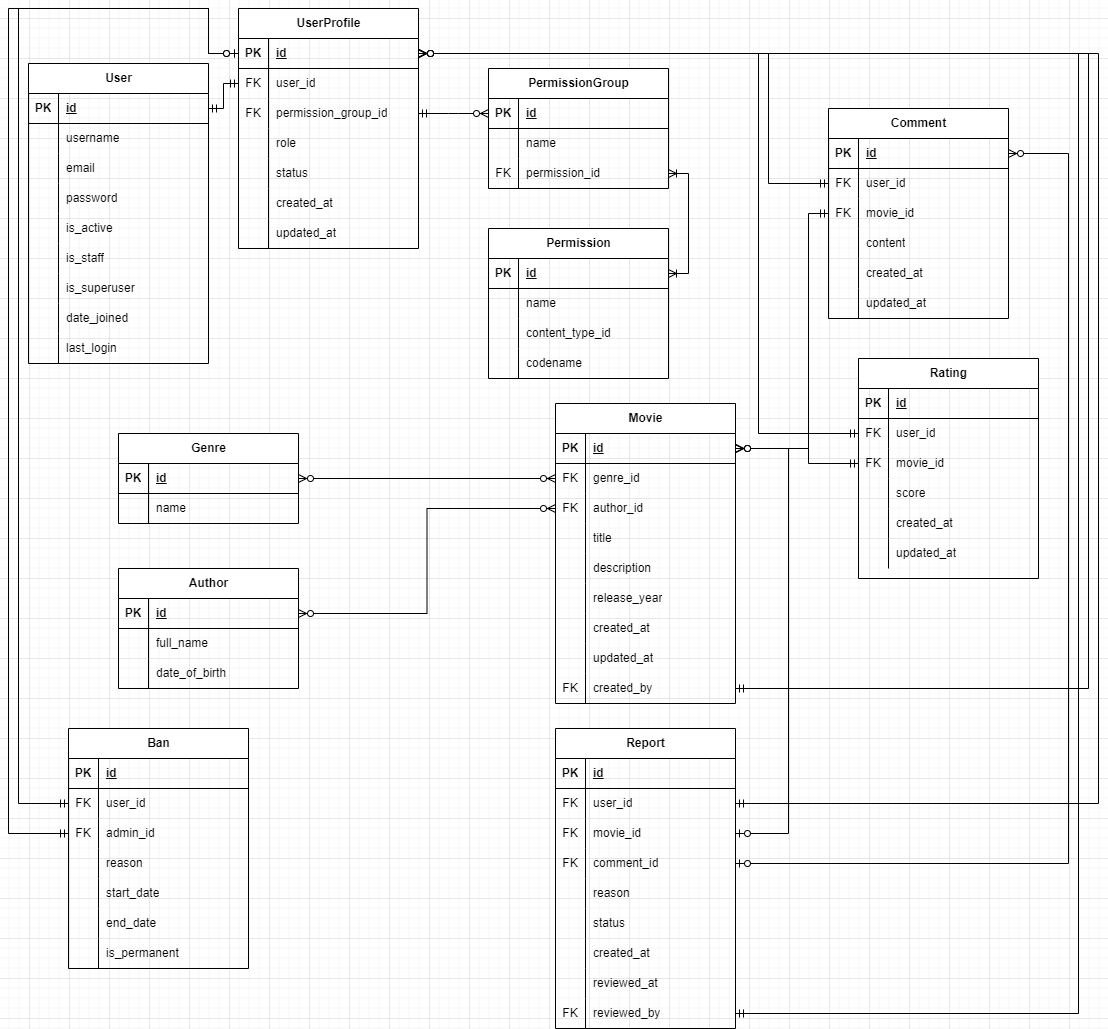
Before: extra_documentation/movie_pulse_EER.drawio.png, a diagram exported from draw.io (Happydeath97/InternetTechnologyProject). Source tidied: cells renumbered, new cells last; positions are measured from the earlier drawing's top-left corner, leaving out a move shared by most shapes.
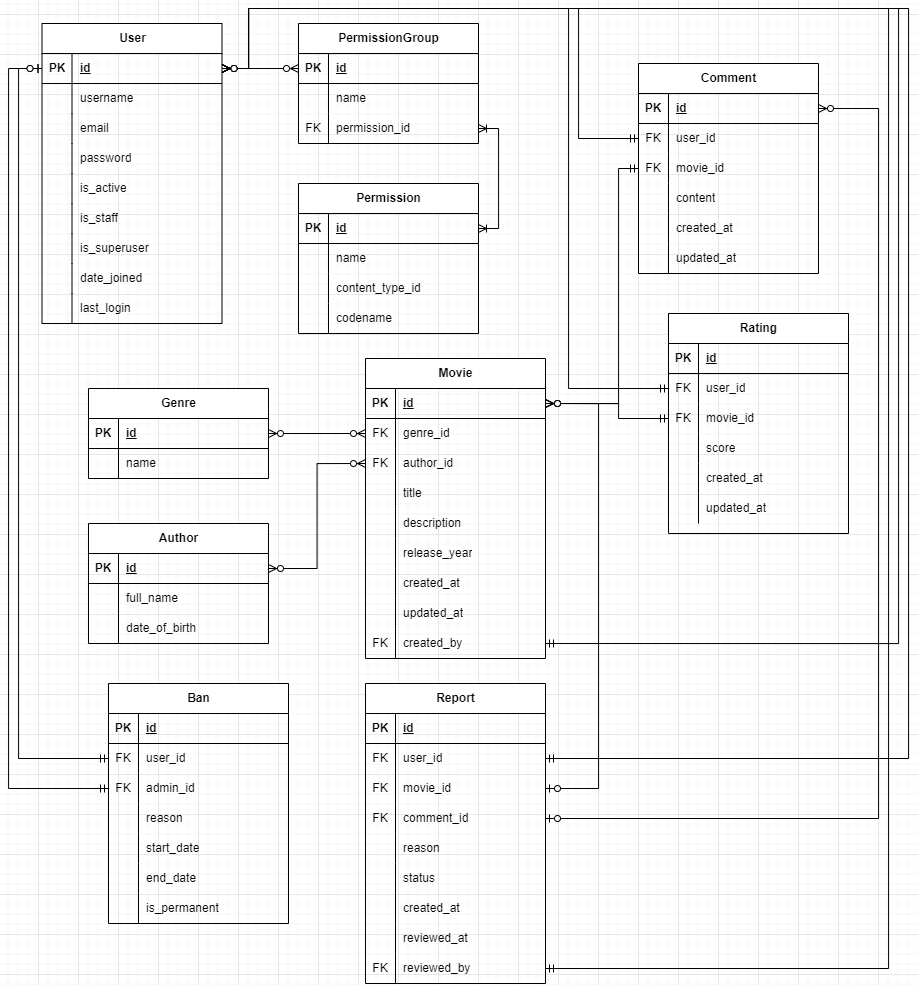
Later version of the same file.

Commit message:
Yet another change tot he entity design inr eadme going mad...

The edit, as a diff of the source:
```diff
@@ -3,7 +3,7 @@
     <mxCell id="0" />
     <mxCell id="1" parent="0" />
     <mxCell id="2" value="User" style="shape=table;startSize=30;rowLines=0;fontStyle=1;align=center;html=1;" parent="1" vertex="1">
-      <mxGeometry x="20" y="55" width="180" height="300" as="geometry" />
+      <mxGeometry x="223.5" y="60" width="180" height="300" as="geometry" />
     </mxCell>
     <mxCell id="3" style="shape=tableRow;horizontal=0;startSize=0;swimlaneHead=0;swimlaneBody=0;fillColor=none;points=[[0,0.5],[1,0.5]];portConstraint=eastwest;top=0;left=0;right=0;bottom=1;" parent="2" vertex="1">
       <mxGeometry y="30" width="180" height="30" as="geometry" />
@@ -86,72 +86,6 @@
     <mxCell id="29" value="last_login" style="shape=partialRectangle;fillColor=none;top=0;left=0;bottom=0;right=0;align=left;spacingLeft=6;overflow=hidden;whiteSpace=wrap;html=1;" parent="27" vertex="1">
       <mxGeometry x="30" width="150" height="30" as="geometry" />
     </mxCell>
-    <mxCell id="30" value="UserProfile" style="shape=table;startSize=30;rowLines=0;fontStyle=1;align=center;html=1;" parent="1" vertex="1">
-      <mxGeometry x="230" width="180" height="240" as="geometry" />
-    </mxCell>
-    <mxCell id="31" style="shape=tableRow;horizontal=0;startSize=0;swimlaneHead=0;swimlaneBody=0;fillColor=none;points=[[0,0.5],[1,0.5]];portConstraint=eastwest;top=0;left=0;right=0;bottom=1;" parent="30" vertex="1">
-      <mxGeometry y="30" width="180" height="30" as="geometry" />
-    </mxCell>
-    <mxCell id="32" value="PK" style="shape=partialRectangle;fillColor=none;top=0;left=0;bottom=0;right=0;fontStyle=1;overflow=hidden;whiteSpace=wrap;html=1;" parent="31" vertex="1">
-      <mxGeometry width="30" height="30" as="geometry" />
-    </mxCell>
-    <mxCell id="33" value="id" style="shape=partialRectangle;fillColor=none;top=0;left=0;bottom=0;right=0;align=left;spacingLeft=6;fontStyle=5;overflow=hidden;whiteSpace=wrap;html=1;" parent="31" vertex="1">
-      <mxGeometry x="30" width="150" height="30" as="geometry" />
-    </mxCell>
-    <mxCell id="34" style="shape=tableRow;horizontal=0;startSize=0;swimlaneHead=0;swimlaneBody=0;fillColor=none;points=[[0,0.5],[1,0.5]];portConstraint=eastwest;top=0;left=0;right=0;bottom=0;" parent="30" vertex="1">
-      <mxGeometry y="60" width="180" height="30" as="geometry" />
-    </mxCell>
-    <mxCell id="35" value="FK" style="shape=partialRectangle;fillColor=none;top=0;left=0;bottom=0;right=0;overflow=hidden;whiteSpace=wrap;html=1;" parent="34" vertex="1">
-      <mxGeometry width="30" height="30" as="geometry" />
-    </mxCell>
-    <mxCell id="36" value="user_id" style="shape=partialRectangle;fillColor=none;top=0;left=0;bottom=0;right=0;align=left;spacingLeft=6;overflow=hidden;whiteSpace=wrap;html=1;" parent="34" vertex="1">
-      <mxGeometry x="30" width="150" height="30" as="geometry" />
-    </mxCell>
-    <mxCell id="37" style="shape=tableRow;horizontal=0;startSize=0;swimlaneHead=0;swimlaneBody=0;fillColor=none;points=[[0,0.5],[1,0.5]];portConstraint=eastwest;top=0;left=0;right=0;bottom=0;" parent="30" vertex="1">
-      <mxGeometry y="90" width="180" height="30" as="geometry" />
-    </mxCell>
-    <mxCell id="38" value="FK" style="shape=partialRectangle;fillColor=none;top=0;left=0;bottom=0;right=0;overflow=hidden;whiteSpace=wrap;html=1;" parent="37" vertex="1">
-      <mxGeometry width="30" height="30" as="geometry" />
-    </mxCell>
-    <mxCell id="39" value="permission_group_id" style="shape=partialRectangle;fillColor=none;top=0;left=0;bottom=0;right=0;align=left;spacingLeft=6;overflow=hidden;whiteSpace=wrap;html=1;" parent="37" vertex="1">
-      <mxGeometry x="30" width="150" height="30" as="geometry" />
-    </mxCell>
-    <mxCell id="40" style="shape=tableRow;horizontal=0;startSize=0;swimlaneHead=0;swimlaneBody=0;fillColor=none;top=0;left=0;right=0;bottom=0;" parent="30" vertex="1">
-      <mxGeometry y="120" width="180" height="30" as="geometry" />
-    </mxCell>
-    <mxCell id="41" style="shape=partialRectangle;fillColor=none;top=0;left=0;bottom=0;right=0;overflow=hidden;whiteSpace=wrap;html=1;" parent="40" vertex="1">
-      <mxGeometry width="30" height="30" as="geometry" />
-    </mxCell>
-    <mxCell id="42" value="role" style="shape=partialRectangle;fillColor=none;top=0;left=0;bottom=0;right=0;align=left;spacingLeft=6;overflow=hidden;whiteSpace=wrap;html=1;" parent="40" vertex="1">
-      <mxGeometry x="30" width="150" height="30" as="geometry" />
-    </mxCell>
-    <mxCell id="43" style="shape=tableRow;horizontal=0;startSize=0;swimlaneHead=0;swimlaneBody=0;fillColor=none;top=0;left=0;right=0;bottom=0;" parent="30" vertex="1">
-      <mxGeometry y="150" width="180" height="30" as="geometry" />
-    </mxCell>
-    <mxCell id="44" style="shape=partialRectangle;fillColor=none;top=0;left=0;bottom=0;right=0;overflow=hidden;whiteSpace=wrap;html=1;" parent="43" vertex="1">
-      <mxGeometry width="30" height="30" as="geometry" />
-    </mxCell>
-    <mxCell id="45" value="status" style="shape=partialRectangle;fillColor=none;top=0;left=0;bottom=0;right=0;align=left;spacingLeft=6;overflow=hidden;whiteSpace=wrap;html=1;" parent="43" vertex="1">
-      <mxGeometry x="30" width="150" height="30" as="geometry" />
-    </mxCell>
-    <mxCell id="46" style="shape=tableRow;horizontal=0;startSize=0;swimlaneHead=0;swimlaneBody=0;fillColor=none;top=0;left=0;right=0;bottom=0;" parent="30" vertex="1">
-      <mxGeometry y="180" width="180" height="30" as="geometry" />
-    </mxCell>
-    <mxCell id="47" style="shape=partialRectangle;fillColor=none;top=0;left=0;bottom=0;right=0;overflow=hidden;whiteSpace=wrap;html=1;" parent="46" vertex="1">
-      <mxGeometry width="30" height="30" as="geometry" />
-    </mxCell>
-    <mxCell id="48" value="created_at" style="shape=partialRectangle;fillColor=none;top=0;left=0;bottom=0;right=0;align=left;spacingLeft=6;overflow=hidden;whiteSpace=wrap;html=1;" parent="46" vertex="1">
-      <mxGeometry x="30" width="150" height="30" as="geometry" />
-    </mxCell>
-    <mxCell id="49" style="shape=tableRow;horizontal=0;startSize=0;swimlaneHead=0;swimlaneBody=0;fillColor=none;top=0;left=0;right=0;bottom=0;" parent="30" vertex="1">
-      <mxGeometry y="210" width="180" height="30" as="geometry" />
-    </mxCell>
-    <mxCell id="50" style="shape=partialRectangle;fillColor=none;top=0;left=0;bottom=0;right=0;overflow=hidden;whiteSpace=wrap;html=1;" parent="49" vertex="1">
-      <mxGeometry width="30" height="30" as="geometry" />
-    </mxCell>
-    <mxCell id="51" value="updated_at" style="shape=partialRectangle;fillColor=none;top=0;left=0;bottom=0;right=0;align=left;spacingLeft=6;overflow=hidden;whiteSpace=wrap;html=1;" parent="49" vertex="1">
-      <mxGeometry x="30" width="150" height="30" as="geometry" />
-    </mxCell>
     <mxCell id="52" value="PermissionGroup" style="shape=table;startSize=30;rowLines=0;fontStyle=1;align=center;html=1;" parent="1" vertex="1">
       <mxGeometry x="480" y="60" width="180" height="120" as="geometry" />
     </mxCell>
@@ -229,14 +163,11 @@
         </Array>
       </mxGeometry>
     </mxCell>
-    <mxCell id="76" style="edgeStyle=entityRelationEdgeStyle;fontSize=12;html=1;endArrow=ERzeroToMany;startArrow=ERmandOne;rounded=0;exitX=1;exitY=0.5;exitDx=0;exitDy=0;entryX=0;entryY=0.5;entryDx=0;entryDy=0;" parent="1" edge="1" source="37" target="53">
+    <mxCell id="76" style="edgeStyle=orthogonalEdgeStyle;fontSize=12;html=1;endArrow=ERzeroToMany;startArrow=ERzeroToMany;rounded=0;exitX=1;exitY=0.5;exitDx=0;exitDy=0;entryX=0;entryY=0.5;entryDx=0;entryDy=0;startFill=0;endFill=0;" parent="1" edge="1" source="3" target="53">
       <mxGeometry relative="1" as="geometry" />
     </mxCell>
-    <mxCell id="77" style="edgeStyle=orthogonalEdgeStyle;fontSize=12;html=1;endArrow=ERmandOne;startArrow=ERmandOne;rounded=0;exitX=1;exitY=0.5;exitDx=0;exitDy=0;entryX=0;entryY=0.5;entryDx=0;entryDy=0;" parent="1" edge="1" source="3" target="34">
-      <mxGeometry relative="1" as="geometry" />
-    </mxCell>
     <mxCell id="78" value="Genre" style="shape=table;startSize=30;rowLines=0;fontStyle=1;align=center;html=1;" parent="1" vertex="1">
-      <mxGeometry x="110" y="425" width="180" height="90" as="geometry" />
+      <mxGeometry x="270" y="425" width="180" height="90" as="geometry" />
     </mxCell>
     <mxCell id="79" style="shape=tableRow;horizontal=0;startSize=0;swimlaneHead=0;swimlaneBody=0;fillColor=none;points=[[0,0.5],[1,0.5]];portConstraint=eastwest;top=0;left=0;right=0;bottom=1;" parent="78" vertex="1">
       <mxGeometry y="30" width="180" height="30" as="geometry" />
@@ -257,7 +188,7 @@
       <mxGeometry x="30" width="150" height="30" as="geometry" />
     </mxCell>
     <mxCell id="85" value="Author" style="shape=table;startSize=30;rowLines=0;fontStyle=1;align=center;html=1;" parent="1" vertex="1">
-      <mxGeometry x="110" y="560" width="180" height="120" as="geometry" />
+      <mxGeometry x="270" y="560" width="180" height="120" as="geometry" />
     </mxCell>
     <mxCell id="86" style="shape=tableRow;horizontal=0;startSize=0;swimlaneHead=0;swimlaneBody=0;fillColor=none;points=[[0,0.5],[1,0.5]];portConstraint=eastwest;top=0;left=0;right=0;bottom=1;" parent="85" vertex="1">
       <mxGeometry y="30" width="180" height="30" as="geometry" />
@@ -574,35 +505,43 @@
     <mxCell id="190" value="reviewed_by" style="shape=partialRectangle;fillColor=none;top=0;left=0;bottom=0;right=0;align=left;spacingLeft=6;overflow=hidden;whiteSpace=wrap;html=1;" parent="188" vertex="1">
       <mxGeometry x="30" width="150" height="30" as="geometry" />
     </mxCell>
-    <mxCell id="191" style="edgeStyle=orthogonalEdgeStyle;fontSize=12;html=1;endArrow=ERzeroToMany;startArrow=ERmandOne;rounded=0;exitX=1;exitY=0.5;exitDx=0;exitDy=0;entryX=1;entryY=0.5;entryDx=0;entryDy=0;" parent="1" edge="1" source="167" target="31">
+    <mxCell id="191" style="edgeStyle=orthogonalEdgeStyle;fontSize=12;html=1;endArrow=ERzeroToMany;startArrow=ERmandOne;rounded=0;exitX=1;exitY=0.5;exitDx=0;exitDy=0;entryX=1;entryY=0.5;entryDx=0;entryDy=0;" parent="1" edge="1" source="167" target="3">
       <mxGeometry relative="1" as="geometry">
         <Array as="points">
           <mxPoint x="1090" y="795" />
           <mxPoint x="1090" y="45" />
+          <mxPoint x="430" y="45" />
+          <mxPoint x="430" y="105" />
         </Array>
       </mxGeometry>
     </mxCell>
-    <mxCell id="192" style="edgeStyle=orthogonalEdgeStyle;fontSize=12;html=1;endArrow=ERzeroToMany;startArrow=ERmandOne;rounded=0;exitX=0;exitY=0.5;exitDx=0;exitDy=0;entryX=1;entryY=0.5;entryDx=0;entryDy=0;" parent="1" edge="1" source="148" target="31">
+    <mxCell id="192" style="edgeStyle=orthogonalEdgeStyle;fontSize=12;html=1;endArrow=ERzeroToMany;startArrow=ERmandOne;rounded=0;exitX=0;exitY=0.5;exitDx=0;exitDy=0;entryX=1;entryY=0.5;entryDx=0;entryDy=0;" parent="1" edge="1" source="148" target="3">
       <mxGeometry relative="1" as="geometry">
         <Array as="points">
           <mxPoint x="760" y="175" />
           <mxPoint x="760" y="45" />
+          <mxPoint x="430" y="45" />
+          <mxPoint x="430" y="105" />
         </Array>
       </mxGeometry>
     </mxCell>
-    <mxCell id="193" style="edgeStyle=orthogonalEdgeStyle;fontSize=12;html=1;endArrow=ERzeroToMany;startArrow=ERmandOne;rounded=0;exitX=0;exitY=0.5;exitDx=0;exitDy=0;entryX=1;entryY=0.5;entryDx=0;entryDy=0;" parent="1" edge="1" source="129" target="31">
+    <mxCell id="193" style="edgeStyle=orthogonalEdgeStyle;fontSize=12;html=1;endArrow=ERzeroToMany;startArrow=ERmandOne;rounded=0;exitX=0;exitY=0.5;exitDx=0;exitDy=0;entryX=1;entryY=0.5;entryDx=0;entryDy=0;" parent="1" edge="1" source="129" target="3">
       <mxGeometry relative="1" as="geometry">
         <Array as="points">
           <mxPoint x="750" y="425" />
           <mxPoint x="750" y="45" />
+          <mxPoint x="430" y="45" />
+          <mxPoint x="430" y="105" />
         </Array>
       </mxGeometry>
     </mxCell>
-    <mxCell id="194" style="edgeStyle=orthogonalEdgeStyle;fontSize=12;html=1;endArrow=ERzeroToMany;startArrow=ERmandOne;rounded=0;exitX=1;exitY=0.5;exitDx=0;exitDy=0;entryX=1;entryY=0.5;entryDx=0;entryDy=0;" parent="1" edge="1" source="120" target="31">
+    <mxCell id="194" style="edgeStyle=orthogonalEdgeStyle;fontSize=12;html=1;endArrow=ERzeroToMany;startArrow=ERmandOne;rounded=0;exitX=1;exitY=0.5;exitDx=0;exitDy=0;entryX=1;entryY=0.5;entryDx=0;entryDy=0;" parent="1" edge="1" source="120" target="3">
       <mxGeometry relative="1" as="geometry">
         <Array as="points">
           <mxPoint x="1080" y="680" />
           <mxPoint x="1080" y="45" />
+          <mxPoint x="430" y="45" />
+          <mxPoint x="430" y="105" />
         </Array>
       </mxGeometry>
     </mxCell>
@@ -622,11 +561,13 @@
         </Array>
       </mxGeometry>
     </mxCell>
-    <mxCell id="197" style="edgeStyle=orthogonalEdgeStyle;fontSize=12;html=1;endArrow=ERzeroToMany;startArrow=ERmandOne;rounded=0;exitX=1;exitY=0.5;exitDx=0;exitDy=0;entryX=1;entryY=0.5;entryDx=0;entryDy=0;" parent="1" edge="1" source="188" target="31">
+    <mxCell id="197" style="edgeStyle=orthogonalEdgeStyle;fontSize=12;html=1;endArrow=ERzeroToMany;startArrow=ERmandOne;rounded=0;exitX=1;exitY=0.5;exitDx=0;exitDy=0;entryX=1;entryY=0.5;entryDx=0;entryDy=0;" parent="1" edge="1" source="188" target="3">
       <mxGeometry relative="1" as="geometry">
         <Array as="points">
           <mxPoint x="1070" y="1005" />
           <mxPoint x="1070" y="45" />
+          <mxPoint x="430" y="45" />
+          <mxPoint x="430" y="105" />
         </Array>
       </mxGeometry>
     </mxCell>
@@ -647,7 +588,7 @@
       </mxGeometry>
     </mxCell>
     <mxCell id="200" value="Ban" style="shape=table;startSize=30;rowLines=0;fontStyle=1;align=center;html=1;" parent="1" vertex="1">
-      <mxGeometry x="60" y="720" width="180" height="240" as="geometry" />
+      <mxGeometry x="290" y="720" width="180" height="240" as="geometry" />
     </mxCell>
     <mxCell id="201" style="shape=tableRow;horizontal=0;startSize=0;swimlaneHead=0;swimlaneBody=0;fillColor=none;top=0;left=0;right=0;bottom=1;" parent="200" vertex="1">
       <mxGeometry y="30" width="180" height="30" as="geometry" />
@@ -712,23 +653,19 @@
     <mxCell id="221" value="is_permanent" style="shape=partialRectangle;fillColor=none;top=0;left=0;bottom=0;right=0;align=left;spacingLeft=6;overflow=hidden;whiteSpace=wrap;html=1;" parent="219" vertex="1">
       <mxGeometry x="30" width="150" height="30" as="geometry" />
     </mxCell>
-    <mxCell id="222" style="edgeStyle=orthogonalEdgeStyle;fontSize=12;html=1;endArrow=ERzeroToOne;startArrow=ERmandOne;rounded=0;entryX=0;entryY=0.5;entryDx=0;entryDy=0;exitX=0;exitY=0.5;exitDx=0;exitDy=0;" parent="1" edge="1" source="204" target="31">
+    <mxCell id="222" style="edgeStyle=orthogonalEdgeStyle;fontSize=12;html=1;endArrow=ERzeroToOne;startArrow=ERmandOne;rounded=0;entryX=0;entryY=0.5;entryDx=0;entryDy=0;exitX=0;exitY=0.5;exitDx=0;exitDy=0;" parent="1" edge="1" source="204" target="3">
       <mxGeometry relative="1" as="geometry">
         <Array as="points">
-          <mxPoint x="10" y="795" />
-          <mxPoint x="10" />
-          <mxPoint x="200" />
-          <mxPoint x="200" y="45" />
+          <mxPoint x="200" y="795" />
+          <mxPoint x="200" y="105" />
         </Array>
       </mxGeometry>
     </mxCell>
-    <mxCell id="223" style="edgeStyle=orthogonalEdgeStyle;fontSize=12;html=1;endArrow=ERzeroToOne;startArrow=ERmandOne;rounded=0;entryX=0;entryY=0.5;entryDx=0;entryDy=0;exitX=0;exitY=0.5;exitDx=0;exitDy=0;" parent="1" edge="1" source="207" target="31">
+    <mxCell id="223" style="edgeStyle=orthogonalEdgeStyle;fontSize=12;html=1;endArrow=ERzeroToOne;startArrow=ERmandOne;rounded=0;entryX=0;entryY=0.5;entryDx=0;entryDy=0;exitX=0;exitY=0.5;exitDx=0;exitDy=0;" parent="1" edge="1" source="207" target="3">
       <mxGeometry relative="1" as="geometry">
         <Array as="points">
-          <mxPoint y="825" />
-          <mxPoint />
-          <mxPoint x="200" />
-          <mxPoint x="200" y="45" />
+          <mxPoint x="190" y="825" />
+          <mxPoint x="190" y="105" />
         </Array>
       </mxGeometry>
     </mxCell>
```
